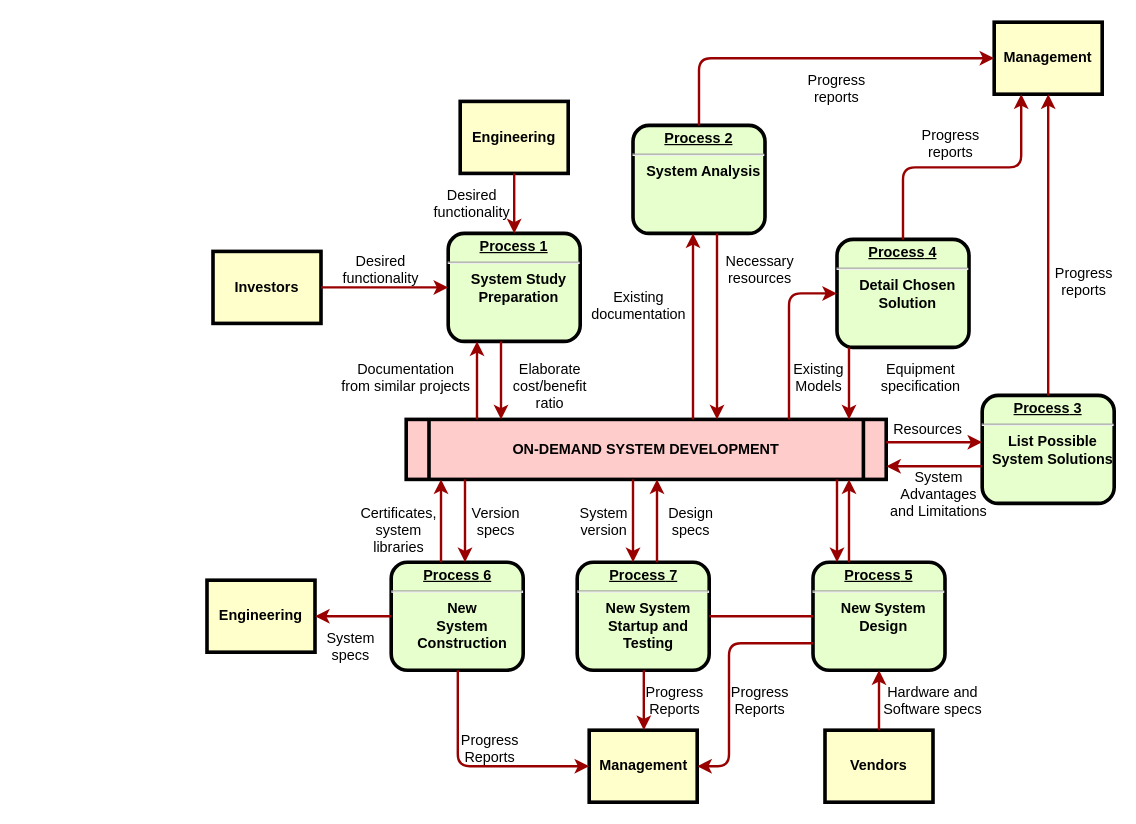
The draw.io diagram data/variables/Untitled Diagram.drawio in dcar2121/docs, before the edit. Source tidied: cells renumbered, new cells numbered last; positions are measured from the earlier drawing's top-left corner, leaving out a move shared by most shapes. Both pictures are drawn from the tidied source at 120%, with x=0, y=0 at pixel (206, 22).
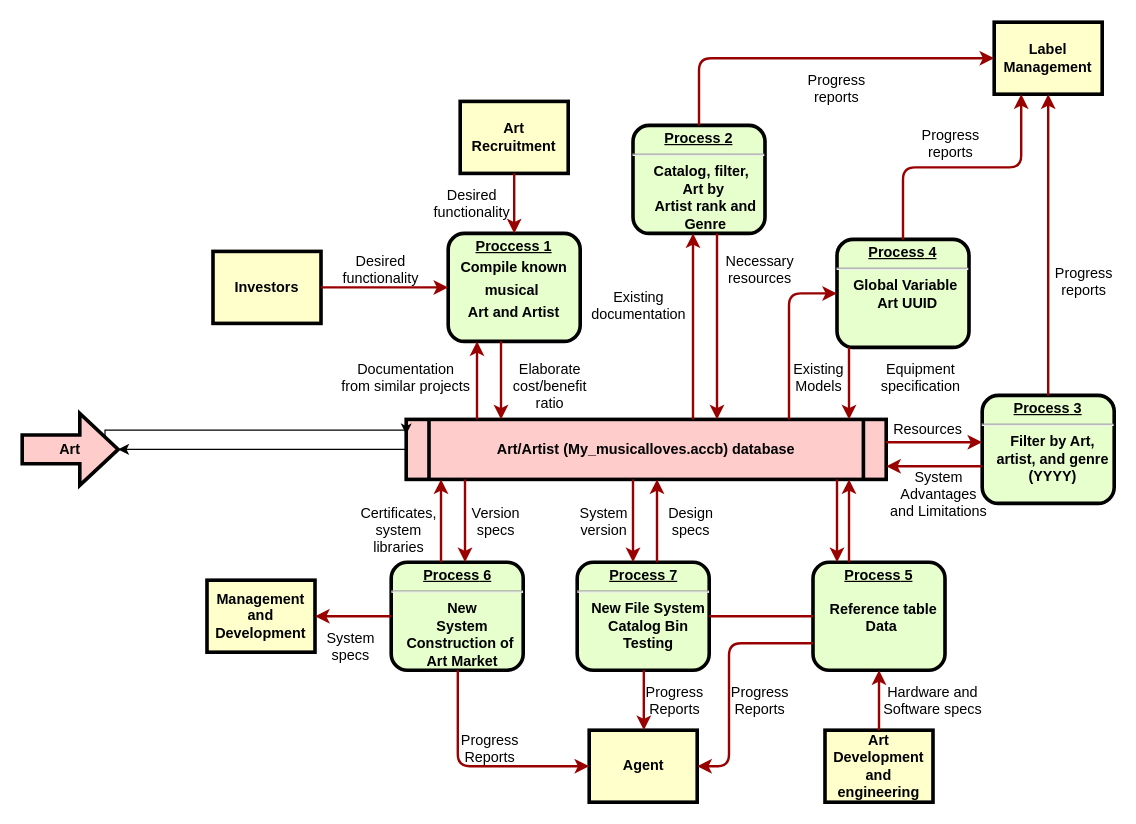
After the change.

Diff of the diagram source:
```diff
@@
-    <mxCell id="2" value="&lt;p style=&quot;margin: 0px; margin-top: 4px; text-align: center; text-decoration: underline;&quot;&gt;&lt;strong&gt;Process 1&lt;br /&gt;&lt;/strong&gt;&lt;/p&gt;&lt;hr /&gt;&lt;p style=&quot;margin: 0px; margin-left: 8px;&quot;&gt;System Study&lt;/p&gt;&lt;p style=&quot;margin: 0px; margin-left: 8px;&quot;&gt;Preparation&lt;/p&gt;" style="verticalAlign=middle;align=center;overflow=fill;fontSize=12;fontFamily=Helvetica;html=1;rounded=1;fontStyle=1;strokeWidth=3;fillColor=#E6FFCC;" parent="1" vertex="1">
+    <mxCell id="2" value="&lt;p style=&quot;margin: 0px; margin-top: 4px; text-align: center; text-decoration: underline;&quot;&gt;Proccess 1&lt;/p&gt;&lt;p style=&quot;margin: 4px 0px 0px; text-align: center;&quot;&gt;Compile known&lt;/p&gt;&lt;p style=&quot;margin: 4px 0px 0px; text-align: center;&quot;&gt;musical&amp;nbsp;&lt;/p&gt;&lt;p style=&quot;margin: 4px 0px 0px; text-align: center;&quot;&gt;Art and Artist&lt;/p&gt;" style="verticalAlign=middle;align=center;overflow=fill;fontSize=12;fontFamily=Helvetica;html=1;rounded=1;fontStyle=1;strokeWidth=3;fillColor=#E6FFCC;" parent="1" vertex="1">
       <mxGeometry x="201" y="176" width="110" height="90" as="geometry" />
     </mxCell>
-    <mxCell id="3" value="Engineering" style="whiteSpace=wrap;align=center;verticalAlign=middle;fontStyle=1;strokeWidth=3;fillColor=#FFFFCC;" parent="1" vertex="1">
+    <mxCell id="3" value="Art Recruitment" style="whiteSpace=wrap;align=center;verticalAlign=middle;fontStyle=1;strokeWidth=3;fillColor=#FFFFCC;" parent="1" vertex="1">
       <mxGeometry x="211" y="66" width="90" height="60" as="geometry" />
     </mxCell>
@@
+    <mxCell id="63" style="edgeStyle=orthogonalEdgeStyle;rounded=0;jettySize=auto;html=1;" parent="1" edge="1" source="5" target="65">
+      <mxGeometry relative="1" as="geometry" />
+    </mxCell>
-    <mxCell id="5" value="ON-DEMAND SYSTEM DEVELOPMENT" style="shape=process;whiteSpace=wrap;align=center;verticalAlign=middle;size=0.0475;fontStyle=1;strokeWidth=3;fillColor=#FFCCCC;" parent="1" vertex="1">
+    <mxCell id="5" value="Art/Artist (My_musicalloves.accb) database" style="shape=process;whiteSpace=wrap;align=center;verticalAlign=middle;size=0.0475;fontStyle=1;strokeWidth=3;fillColor=#FFCCCC;" parent="1" vertex="1">
       <mxGeometry x="166" y="331" width="400" height="50" as="geometry" />
     </mxCell>
-    <mxCell id="6" value="&lt;p style=&quot;margin: 0px; margin-top: 4px; text-align: center; text-decoration: underline;&quot;&gt;&lt;strong&gt;Process 2&lt;br /&gt;&lt;/strong&gt;&lt;/p&gt;&lt;hr /&gt;&lt;p style=&quot;margin: 0px; margin-left: 8px;&quot;&gt;System Analysis&lt;/p&gt;" style="verticalAlign=middle;align=center;overflow=fill;fontSize=12;fontFamily=Helvetica;html=1;rounded=1;fontStyle=1;strokeWidth=3;fillColor=#E6FFCC;" parent="1" vertex="1">
+    <mxCell id="6" value="&lt;p style=&quot;margin: 0px; margin-top: 4px; text-align: center; text-decoration: underline;&quot;&gt;&lt;strong&gt;Process 2&lt;br&gt;&lt;/strong&gt;&lt;/p&gt;&lt;hr&gt;&lt;p style=&quot;margin: 0px; margin-left: 8px;&quot;&gt;Catalog, filter,&amp;nbsp;&lt;/p&gt;&lt;p style=&quot;margin: 0px; margin-left: 8px;&quot;&gt;Art by&lt;/p&gt;&lt;p style=&quot;margin: 0px; margin-left: 8px;&quot;&gt;&amp;nbsp;Artist rank and&lt;/p&gt;&lt;p style=&quot;margin: 0px; margin-left: 8px;&quot;&gt;&amp;nbsp;Genre&lt;/p&gt;" style="verticalAlign=middle;align=center;overflow=fill;fontSize=12;fontFamily=Helvetica;html=1;rounded=1;fontStyle=1;strokeWidth=3;fillColor=#E6FFCC;" parent="1" vertex="1">
       <mxGeometry x="355" y="86" width="110" height="90" as="geometry" />
     </mxCell>
-    <mxCell id="7" value="&lt;p style=&quot;margin: 0px; margin-top: 4px; text-align: center; text-decoration: underline;&quot;&gt;&lt;strong&gt;&lt;strong&gt;Process&lt;/strong&gt; 3&lt;br /&gt;&lt;/strong&gt;&lt;/p&gt;&lt;hr /&gt;&lt;p style=&quot;margin: 0px; margin-left: 8px;&quot;&gt;List Possible&lt;/p&gt;&lt;p style=&quot;margin: 0px; margin-left: 8px;&quot;&gt;System Solutions&lt;/p&gt;" style="verticalAlign=middle;align=center;overflow=fill;fontSize=12;fontFamily=Helvetica;html=1;rounded=1;fontStyle=1;strokeWidth=3;fillColor=#E6FFCC;" parent="1" vertex="1">
+    <mxCell id="7" value="&lt;p style=&quot;margin: 0px; margin-top: 4px; text-align: center; text-decoration: underline;&quot;&gt;&lt;strong&gt;&lt;strong&gt;Process&lt;/strong&gt; 3&lt;br&gt;&lt;/strong&gt;&lt;/p&gt;&lt;hr&gt;&lt;p style=&quot;margin: 0px; margin-left: 8px;&quot;&gt;Filter by Art,&lt;/p&gt;&lt;p style=&quot;margin: 0px; margin-left: 8px;&quot;&gt;artist, and genre&lt;/p&gt;&lt;p style=&quot;margin: 0px; margin-left: 8px;&quot;&gt;(YYYY)&lt;/p&gt;" style="verticalAlign=middle;align=center;overflow=fill;fontSize=12;fontFamily=Helvetica;html=1;rounded=1;fontStyle=1;strokeWidth=3;fillColor=#E6FFCC;" parent="1" vertex="1">
       <mxGeometry x="646" y="311" width="110" height="90" as="geometry" />
     </mxCell>
-    <mxCell id="8" value="&lt;p style=&quot;margin: 0px; margin-top: 4px; text-align: center; text-decoration: underline;&quot;&gt;&lt;strong&gt;&lt;strong&gt;Process&lt;/strong&gt; 4&lt;br /&gt;&lt;/strong&gt;&lt;/p&gt;&lt;hr /&gt;&lt;p style=&quot;margin: 0px; margin-left: 8px;&quot;&gt;Detail Chosen&lt;/p&gt;&lt;p style=&quot;margin: 0px; margin-left: 8px;&quot;&gt;Solution&lt;/p&gt;" style="verticalAlign=middle;align=center;overflow=fill;fontSize=12;fontFamily=Helvetica;html=1;rounded=1;fontStyle=1;strokeWidth=3;fillColor=#E6FFCC;" parent="1" vertex="1">
+    <mxCell id="8" value="&lt;p style=&quot;margin: 0px; margin-top: 4px; text-align: center; text-decoration: underline;&quot;&gt;&lt;strong&gt;&lt;strong&gt;Process&lt;/strong&gt; 4&lt;br&gt;&lt;/strong&gt;&lt;/p&gt;&lt;hr&gt;&lt;p style=&quot;margin: 0px; margin-left: 8px;&quot;&gt;Global Variable&amp;nbsp;&lt;/p&gt;&lt;p style=&quot;margin: 0px; margin-left: 8px;&quot;&gt;Art UUID&lt;/p&gt;" style="verticalAlign=middle;align=center;overflow=fill;fontSize=12;fontFamily=Helvetica;html=1;rounded=1;fontStyle=1;strokeWidth=3;fillColor=#E6FFCC;" parent="1" vertex="1">
       <mxGeometry x="525" y="181" width="110" height="90" as="geometry" />
     </mxCell>
-    <mxCell id="9" value="&lt;p style=&quot;margin: 0px; margin-top: 4px; text-align: center; text-decoration: underline;&quot;&gt;&lt;strong&gt;&lt;strong&gt;Process&lt;/strong&gt; 5&lt;br /&gt;&lt;/strong&gt;&lt;/p&gt;&lt;hr /&gt;&lt;p style=&quot;margin: 0px; margin-left: 8px;&quot;&gt;New System&lt;/p&gt;&lt;p style=&quot;margin: 0px; margin-left: 8px;&quot;&gt;Design&lt;/p&gt;" style="verticalAlign=middle;align=center;overflow=fill;fontSize=12;fontFamily=Helvetica;html=1;rounded=1;fontStyle=1;strokeWidth=3;fillColor=#E6FFCC;" parent="1" vertex="1">
+    <mxCell id="9" value="&lt;p style=&quot;margin: 0px; margin-top: 4px; text-align: center; text-decoration: underline;&quot;&gt;&lt;strong&gt;&lt;strong&gt;Process&lt;/strong&gt; 5&lt;br&gt;&lt;/strong&gt;&lt;/p&gt;&lt;p style=&quot;margin: 0px; margin-left: 8px;&quot;&gt;&lt;br&gt;&lt;/p&gt;&lt;p style=&quot;margin: 0px; margin-left: 8px;&quot;&gt;Reference table&lt;/p&gt;&lt;p style=&quot;margin: 0px; margin-left: 8px;&quot;&gt;Data&amp;nbsp;&lt;/p&gt;" style="verticalAlign=middle;align=center;overflow=fill;fontSize=12;fontFamily=Helvetica;html=1;rounded=1;fontStyle=1;strokeWidth=3;fillColor=#E6FFCC;" parent="1" vertex="1">
       <mxGeometry x="505" y="450" width="110" height="90" as="geometry" />
     </mxCell>
-    <mxCell id="10" value="&lt;p style=&quot;margin: 0px; margin-top: 4px; text-align: center; text-decoration: underline;&quot;&gt;&lt;strong&gt;&lt;strong&gt;Process&lt;/strong&gt; 6&lt;br /&gt;&lt;/strong&gt;&lt;/p&gt;&lt;hr /&gt;&lt;p style=&quot;margin: 0px; margin-left: 8px;&quot;&gt;New&lt;/p&gt;&lt;p style=&quot;margin: 0px; margin-left: 8px;&quot;&gt;System&lt;/p&gt;&lt;p style=&quot;margin: 0px; margin-left: 8px;&quot;&gt;Construction&lt;/p&gt;" style="verticalAlign=middle;align=center;overflow=fill;fontSize=12;fontFamily=Helvetica;html=1;rounded=1;fontStyle=1;strokeWidth=3;fillColor=#E6FFCC;" parent="1" vertex="1">
+    <mxCell id="10" value="&lt;p style=&quot;margin: 0px; margin-top: 4px; text-align: center; text-decoration: underline;&quot;&gt;&lt;strong&gt;&lt;strong&gt;Process&lt;/strong&gt; 6&lt;br&gt;&lt;/strong&gt;&lt;/p&gt;&lt;hr&gt;&lt;p style=&quot;margin: 0px; margin-left: 8px;&quot;&gt;New&lt;/p&gt;&lt;p style=&quot;margin: 0px; margin-left: 8px;&quot;&gt;System&lt;/p&gt;&lt;p style=&quot;margin: 0px; margin-left: 8px;&quot;&gt;Construction of&amp;nbsp;&lt;/p&gt;&lt;p style=&quot;margin: 0px; margin-left: 8px;&quot;&gt;Art Market&lt;/p&gt;" style="verticalAlign=middle;align=center;overflow=fill;fontSize=12;fontFamily=Helvetica;html=1;rounded=1;fontStyle=1;strokeWidth=3;fillColor=#E6FFCC;" parent="1" vertex="1">
       <mxGeometry x="153.5" y="450" width="110" height="90" as="geometry" />
     </mxCell>
-    <mxCell id="11" value="Management" style="whiteSpace=wrap;align=center;verticalAlign=middle;fontStyle=1;strokeWidth=3;fillColor=#FFFFCC;" parent="1" vertex="1">
+    <mxCell id="11" value="Label Management" style="whiteSpace=wrap;align=center;verticalAlign=middle;fontStyle=1;strokeWidth=3;fillColor=#FFFFCC;" parent="1" vertex="1">
       <mxGeometry x="656" width="90" height="60" as="geometry" />
     </mxCell>
-    <mxCell id="12" value="Management" style="whiteSpace=wrap;align=center;verticalAlign=middle;fontStyle=1;strokeWidth=3;fillColor=#FFFFCC;" parent="1" vertex="1">
+    <mxCell id="12" value="Agent" style="whiteSpace=wrap;align=center;verticalAlign=middle;fontStyle=1;strokeWidth=3;fillColor=#FFFFCC;" parent="1" vertex="1">
       <mxGeometry x="318.5" y="590" width="90" height="60" as="geometry" />
     </mxCell>
-    <mxCell id="13" value="Engineering" style="whiteSpace=wrap;align=center;verticalAlign=middle;fontStyle=1;strokeWidth=3;fillColor=#FFFFCC;" parent="1" vertex="1">
+    <mxCell id="13" value="Management and Development" style="whiteSpace=wrap;align=center;verticalAlign=middle;fontStyle=1;strokeWidth=3;fillColor=#FFFFCC;" parent="1" vertex="1">
       <mxGeometry y="465" width="90" height="60" as="geometry" />
     </mxCell>
-    <mxCell id="14" value="Vendors" style="whiteSpace=wrap;align=center;verticalAlign=middle;fontStyle=1;strokeWidth=3;fillColor=#FFFFCC;" parent="1" vertex="1">
+    <mxCell id="14" value="Art Development and engineering" style="whiteSpace=wrap;align=center;verticalAlign=middle;fontStyle=1;strokeWidth=3;fillColor=#FFFFCC;" parent="1" vertex="1">
       <mxGeometry x="515" y="590" width="90" height="60" as="geometry" />
     </mxCell>
@@
-    <mxCell id="17" value="&lt;p style=&quot;margin: 0px; margin-top: 4px; text-align: center; text-decoration: underline;&quot;&gt;&lt;strong&gt;&lt;strong&gt;Process&lt;/strong&gt; 7&lt;br /&gt;&lt;/strong&gt;&lt;/p&gt;&lt;hr /&gt;&lt;p style=&quot;margin: 0px; margin-left: 8px;&quot;&gt;New System&lt;/p&gt;&lt;p style=&quot;margin: 0px; margin-left: 8px;&quot;&gt;Startup and&lt;/p&gt;&lt;p style=&quot;margin: 0px; margin-left: 8px;&quot;&gt;Testing&lt;/p&gt;" style="verticalAlign=middle;align=center;overflow=fill;fontSize=12;fontFamily=Helvetica;html=1;rounded=1;fontStyle=1;strokeWidth=3;fillColor=#E6FFCC;" parent="1" vertex="1">
+    <mxCell id="17" value="&lt;p style=&quot;margin: 0px; margin-top: 4px; text-align: center; text-decoration: underline;&quot;&gt;&lt;strong&gt;&lt;strong&gt;Process&lt;/strong&gt; 7&lt;br&gt;&lt;/strong&gt;&lt;/p&gt;&lt;hr&gt;&lt;p style=&quot;margin: 0px; margin-left: 8px;&quot;&gt;New File System&lt;/p&gt;&lt;p style=&quot;margin: 0px; margin-left: 8px;&quot;&gt;Catalog Bin&lt;/p&gt;&lt;p style=&quot;margin: 0px; margin-left: 8px;&quot;&gt;Testing&lt;/p&gt;" style="verticalAlign=middle;align=center;overflow=fill;fontSize=12;fontFamily=Helvetica;html=1;rounded=1;fontStyle=1;strokeWidth=3;fillColor=#E6FFCC;" parent="1" vertex="1">
       <mxGeometry x="308.5" y="450" width="110" height="90" as="geometry" />
     </mxCell>
@@
+    <mxCell id="64" style="edgeStyle=orthogonalEdgeStyle;rounded=0;jettySize=auto;html=1;exitX=1;exitY=0.5;exitDx=0;exitDy=0;exitPerimeter=0;entryX=0;entryY=0.25;entryDx=0;entryDy=0;" parent="1" edge="1" source="65" target="5">
+      <mxGeometry relative="1" as="geometry">
+        <Array as="points">
+          <mxPoint x="-85" y="356" />
+          <mxPoint x="-85" y="340" />
+          <mxPoint x="166" y="340" />
+        </Array>
+      </mxGeometry>
+    </mxCell>
+    <mxCell id="65" value="Art" style="shape=singleArrow;whiteSpace=wrap;html=1;arrowWidth=0.4;arrowSize=0.4;fillColor=#FFCCCC;fontStyle=1;strokeWidth=3;" parent="1" vertex="1">
+      <mxGeometry x="-154" y="326" width="80" height="60" as="geometry" />
+    </mxCell>
```
